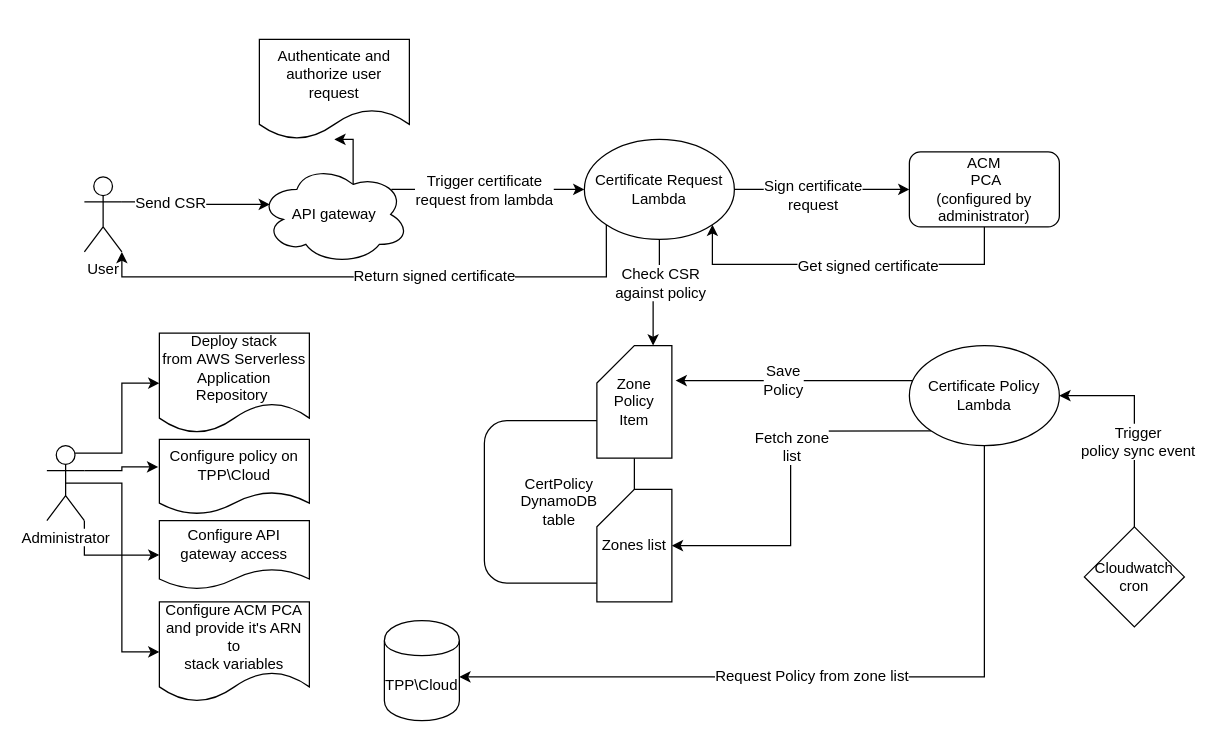
Before: Diagram.drawio in Venafi/aws-private-ca-policy-venafi, a draw.io diagram. Source tidied: cells renumbered, new cells numbered last; positions are measured from the earlier drawing's top-left corner, leaving out a move shared by most shapes. Both pictures are drawn from the tidied source at 125%, with x=0, y=0 at pixel (46, 39).
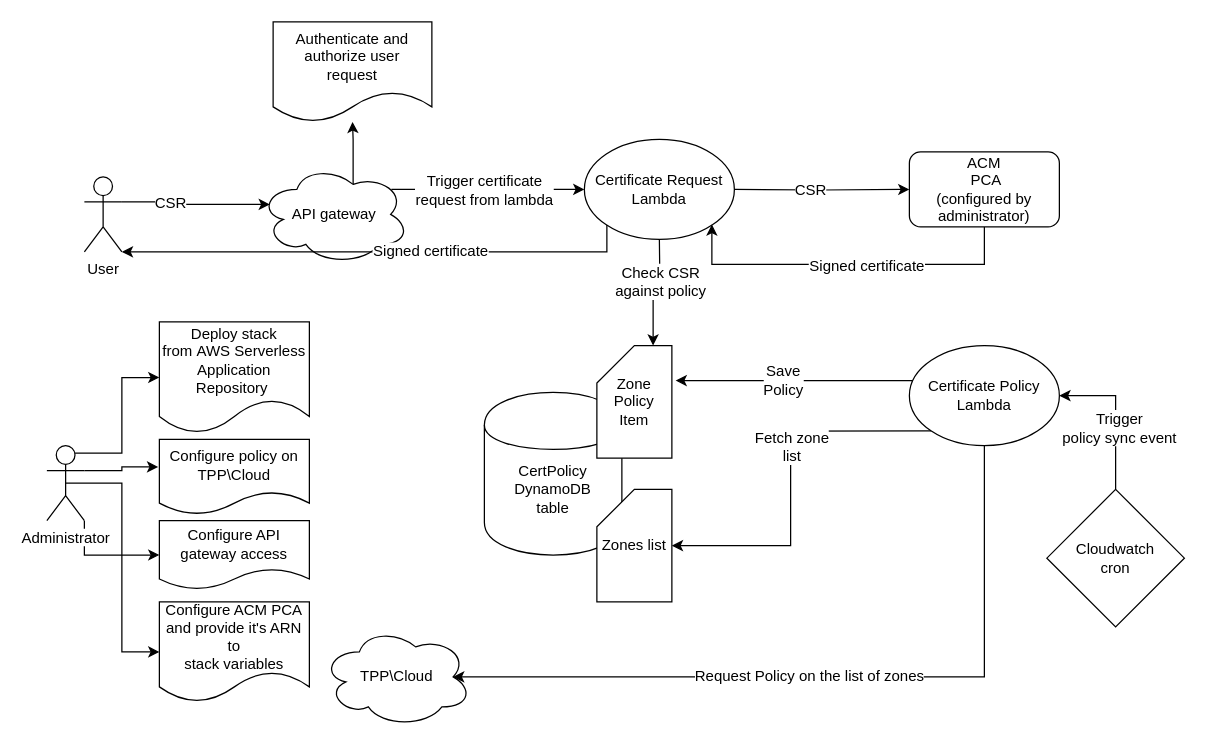
Above is the later version.

Commit message (it also covers changes not shown here):
few small changes in diagram

Unchanged cells that the change refers to:
```xml
<mxCell id="2" style="edgeStyle=orthogonalEdgeStyle;rounded=0;jettySize=auto;html=1;exitX=1;exitY=0.3333333333333333;exitDx=0;exitDy=0;exitPerimeter=0;entryX=0.07;entryY=0.4;entryDx=0;entryDy=0;entryPerimeter=0;" parent="1" edge="1" source="4" target="15">
  <mxGeometry relative="1" as="geometry">
    <Array as="points">
      <mxPoint x="90" y="132" />
    </Array>
  </mxGeometry>
</mxCell>
<mxCell id="4" value="User" style="shape=umlActor;verticalLabelPosition=bottom;labelBackgroundColor=#ffffff;verticalAlign=top;html=1;outlineConnect=0;" parent="1" vertex="1">
  <mxGeometry x="30" y="110" width="30" height="60" as="geometry" />
</mxCell>
<mxCell id="15" value="API gateway" style="ellipse;shape=cloud;whiteSpace=wrap;html=1;" parent="1" vertex="1">
  <mxGeometry x="170" y="100" width="120" height="80" as="geometry" />
</mxCell>
<mxCell id="22" value="Certificate Request&lt;br&gt;Lambda" style="ellipse;whiteSpace=wrap;html=1;" parent="1" vertex="1">
  <mxGeometry x="430" y="80" width="120" height="80" as="geometry" />
</mxCell>
<mxCell id="29" value="Certificate Policy&lt;br&gt;Lambda" style="ellipse;whiteSpace=wrap;html=1;" parent="1" vertex="1">
  <mxGeometry x="690" y="245" width="120" height="80" as="geometry" />
</mxCell>
<mxCell id="30" value="Zone&lt;br&gt;Policy&lt;br&gt;Item" style="shape=card;whiteSpace=wrap;html=1;" parent="1" vertex="1">
  <mxGeometry x="440" y="245" width="60" height="90" as="geometry" />
</mxCell>
<mxCell id="33" value="ACM&lt;br&gt;&amp;nbsp;PCA&lt;br&gt;(configured by administrator)" style="rounded=1;whiteSpace=wrap;html=1;" parent="1" vertex="1">
  <mxGeometry x="690" y="90" width="120" height="60" as="geometry" />
</mxCell>
```

Change to the diagram source:
```diff
@@
+    <mxCell id="11" value="CertPolicy&lt;br&gt;DynamoDB&lt;br&gt;&lt;div&gt;table&lt;/div&gt;&lt;div&gt;&lt;br&gt;&lt;/div&gt;" style="shape=cylinder;whiteSpace=wrap;html=1;boundedLbl=1;backgroundOutline=1;" parent="1" vertex="1">
+      <mxGeometry x="350" y="282.5" width="110" height="130" as="geometry" />
+    </mxCell>
@@
-    <mxCell id="3" value="Send CSR" style="text;html=1;align=center;verticalAlign=middle;labelBackgroundColor=#ffffff;" parent="2" vertex="1">
+    <mxCell id="3" value="&lt;div&gt;CSR&lt;/div&gt;" style="text;html=1;align=center;verticalAlign=middle;labelBackgroundColor=#ffffff;" parent="2" vertex="1">
       <mxGeometry x="-0.56" y="-1" relative="1" as="geometry">
         <mxPoint x="12" y="-1" as="offset" />
       </mxGeometry>
     </mxCell>
@@
-    <mxCell id="10" value="TPP\Cloud" style="shape=cylinder;whiteSpace=wrap;html=1;boundedLbl=1;backgroundOutline=1;" parent="1" vertex="1">
-      <mxGeometry x="270" y="465" width="60" height="80" as="geometry" />
-    </mxCell>
-    <mxCell id="11" value="CertPolicy&lt;br&gt;DynamoDB&lt;br&gt;table" style="rounded=1;whiteSpace=wrap;html=1;" parent="1" vertex="1">
-      <mxGeometry x="350" y="305" width="120" height="130" as="geometry" />
-    </mxCell>
-    <mxCell id="12" style="edgeStyle=orthogonalEdgeStyle;rounded=0;jettySize=auto;html=1;exitX=0.88;exitY=0.25;exitDx=0;exitDy=0;exitPerimeter=0;entryX=0;entryY=0.5;entryDx=0;entryDy=0;" parent="1" edge="1" source="15" target="22">
-      <mxGeometry relative="1" as="geometry" />
+    <mxCell id="12" style="edgeStyle=orthogonalEdgeStyle;rounded=0;jettySize=auto;html=1;exitX=0.88;exitY=0.25;exitDx=0;exitDy=0;exitPerimeter=0;entryX=0;entryY=0.5;entryDx=0;entryDy=0;" parent="1" edge="1" source="15">
+      <mxGeometry relative="1" as="geometry">
+        <mxPoint x="430" y="120" as="targetPoint" />
+      </mxGeometry>
     </mxCell>
@@
-    <mxCell id="16" style="edgeStyle=orthogonalEdgeStyle;rounded=0;jettySize=auto;html=1;" parent="1" edge="1" source="22" target="33">
-      <mxGeometry relative="1" as="geometry" />
+    <mxCell id="16" style="edgeStyle=orthogonalEdgeStyle;rounded=0;jettySize=auto;html=1;" parent="1" edge="1" target="33">
+      <mxGeometry relative="1" as="geometry">
+        <mxPoint x="550" y="120" as="sourcePoint" />
+      </mxGeometry>
     </mxCell>
-    <mxCell id="17" value="Sign certificate&lt;br&gt;request" style="text;html=1;align=center;verticalAlign=middle;labelBackgroundColor=#ffffff;" parent="16" vertex="1">
-      <mxGeometry x="-0.12" y="-4" relative="1" as="geometry" />
+    <mxCell id="17" value="CSR" style="text;html=1;align=center;verticalAlign=middle;labelBackgroundColor=#ffffff;" parent="16" vertex="1">
+      <mxGeometry x="-0.12" y="-4" relative="1" as="geometry">
+        <mxPoint x="-1" y="-4" as="offset" />
+      </mxGeometry>
     </mxCell>
-    <mxCell id="18" style="edgeStyle=orthogonalEdgeStyle;rounded=0;jettySize=auto;html=1;entryX=0;entryY=0;entryDx=45;entryDy=0;entryPerimeter=0;" parent="1" edge="1" source="22" target="30">
-      <mxGeometry relative="1" as="geometry" />
+    <mxCell id="18" style="edgeStyle=orthogonalEdgeStyle;rounded=0;jettySize=auto;html=1;entryX=0;entryY=0;entryDx=45;entryDy=0;entryPerimeter=0;" parent="1" edge="1" target="30">
+      <mxGeometry relative="1" as="geometry">
+        <mxPoint x="490" y="160" as="sourcePoint" />
+      </mxGeometry>
     </mxCell>
@@
-    <mxCell id="20" style="edgeStyle=orthogonalEdgeStyle;rounded=0;jettySize=auto;html=1;exitX=0;exitY=1;exitDx=0;exitDy=0;entryX=1;entryY=1;entryDx=0;entryDy=0;entryPerimeter=0;" parent="1" edge="1" source="22" target="4">
+    <mxCell id="20" style="edgeStyle=orthogonalEdgeStyle;rounded=0;jettySize=auto;html=1;exitX=0;exitY=1;exitDx=0;exitDy=0;entryX=1;entryY=1;entryDx=0;entryDy=0;entryPerimeter=0;" parent="1" edge="1" target="4">
       <mxGeometry relative="1" as="geometry">
+        <mxPoint x="448" y="148" as="sourcePoint" />
         <Array as="points">
-          <mxPoint x="448" y="190" />
-          <mxPoint x="60" y="190" />
+          <mxPoint x="448" y="170" />
         </Array>
       </mxGeometry>
     </mxCell>
-    <mxCell id="21" value="Return signed certificate" style="text;html=1;align=center;verticalAlign=middle;labelBackgroundColor=#ffffff;" parent="20" vertex="1">
+    <mxCell id="21" value="&lt;div&gt;Signed certificate&lt;/div&gt;" style="text;html=1;align=center;verticalAlign=middle;labelBackgroundColor=#ffffff;" parent="20" vertex="1">
       <mxGeometry x="-0.2" y="-1" relative="1" as="geometry" />
     </mxCell>
@@
-    <mxCell id="25" style="edgeStyle=orthogonalEdgeStyle;rounded=0;jettySize=auto;html=1;" parent="1" edge="1" source="29" target="10">
+    <mxCell id="25" style="edgeStyle=orthogonalEdgeStyle;rounded=0;jettySize=auto;html=1;entryX=0.875;entryY=0.5;entryDx=0;entryDy=0;entryPerimeter=0;" parent="1" edge="1" source="29" target="10">
       <mxGeometry relative="1" as="geometry">
         <Array as="points">
           <mxPoint x="750" y="510" />
+          <mxPoint x="325" y="510" />
         </Array>
       </mxGeometry>
     </mxCell>
-    <mxCell id="26" value="Request Policy from zone list" style="text;html=1;align=center;verticalAlign=middle;labelBackgroundColor=#ffffff;" parent="25" vertex="1">
+    <mxCell id="26" value="&lt;div&gt;Request Policy on the list of zones&lt;/div&gt;" style="text;html=1;align=center;verticalAlign=middle;labelBackgroundColor=#ffffff;" parent="25" vertex="1">
       <mxGeometry x="0.07" y="-1" relative="1" as="geometry" />
     </mxCell>
@@
-    <mxCell id="31" style="edgeStyle=orthogonalEdgeStyle;rounded=0;jettySize=auto;html=1;exitX=0.5;exitY=1;exitDx=0;exitDy=0;entryX=1;entryY=1;entryDx=0;entryDy=0;" parent="1" edge="1" source="33" target="22">
+    <mxCell id="31" style="edgeStyle=orthogonalEdgeStyle;rounded=0;jettySize=auto;html=1;exitX=0.5;exitY=1;exitDx=0;exitDy=0;entryX=1;entryY=1;entryDx=0;entryDy=0;" parent="1" edge="1" source="33">
       <mxGeometry relative="1" as="geometry">
+        <mxPoint x="532" y="148" as="targetPoint" />
         <Array as="points">
           <mxPoint x="750" y="180" />
           <mxPoint x="532" y="180" />
         </Array>
       </mxGeometry>
     </mxCell>
-    <mxCell id="32" value="Get signed certificate" style="text;html=1;align=center;verticalAlign=middle;labelBackgroundColor=#ffffff;" parent="31" vertex="1">
+    <mxCell id="32" value="&lt;div&gt;Signed certificate&lt;/div&gt;" style="text;html=1;align=center;verticalAlign=middle;labelBackgroundColor=#ffffff;" parent="31" vertex="1">
       <mxGeometry x="-0.11" y="1" relative="1" as="geometry" />
     </mxCell>
@@
     <mxCell id="35" value="Deploy stack from&amp;nbsp;AWS Serverless Application Repository&amp;nbsp;" style="shape=document;whiteSpace=wrap;html=1;boundedLbl=1;" parent="1" vertex="1">
-      <mxGeometry x="90" y="235" width="120" height="80" as="geometry" />
+      <mxGeometry x="90" y="226" width="120" height="89" as="geometry" />
     </mxCell>
@@
     <mxCell id="39" value="Cloudwatch&lt;br&gt;cron" style="rhombus;whiteSpace=wrap;html=1;" parent="1" vertex="1">
-      <mxGeometry x="830" y="390" width="80" height="80" as="geometry" />
+      <mxGeometry x="800" y="360" width="110" height="110" as="geometry" />
     </mxCell>
     <mxCell id="40" value="Authenticate and authorize user&lt;br&gt;request" style="shape=document;whiteSpace=wrap;html=1;boundedLbl=1;" parent="1" vertex="1">
-      <mxGeometry x="170" width="120" height="80" as="geometry" />
+      <mxGeometry x="181" y="-14" width="127" height="80" as="geometry" />
     </mxCell>
@@
+    <mxCell id="10" value="&lt;div&gt;TPP\Cloud&lt;/div&gt;" style="ellipse;shape=cloud;whiteSpace=wrap;html=1;" parent="1" vertex="1">
+      <mxGeometry x="220" y="470" width="120" height="80" as="geometry" />
+    </mxCell>
```
